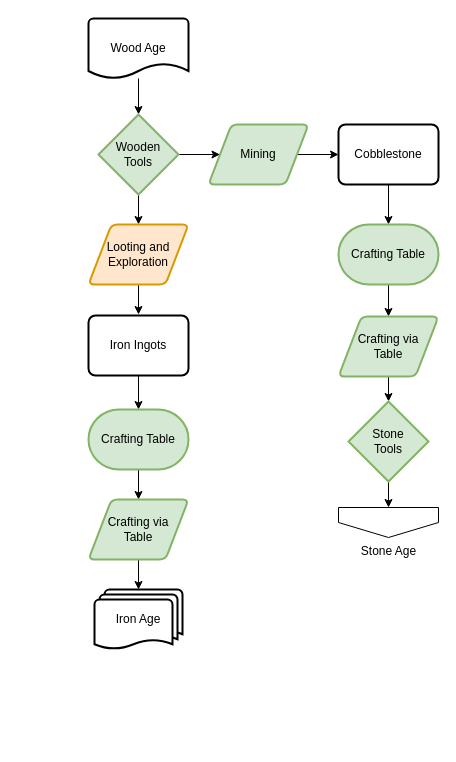
Before: page "Wood Age" (4 of 5) of flowcharts/progression.drawio in MeepishRealms/Cog, a draw.io diagram. Source tidied: cells renumbered, new cells numbered last; positions are measured from the earlier drawing's top-left corner, leaving out a move shared by most shapes. Both pictures are drawn from the tidied source at 100%, with x=0, y=0 at pixel (88, 18).
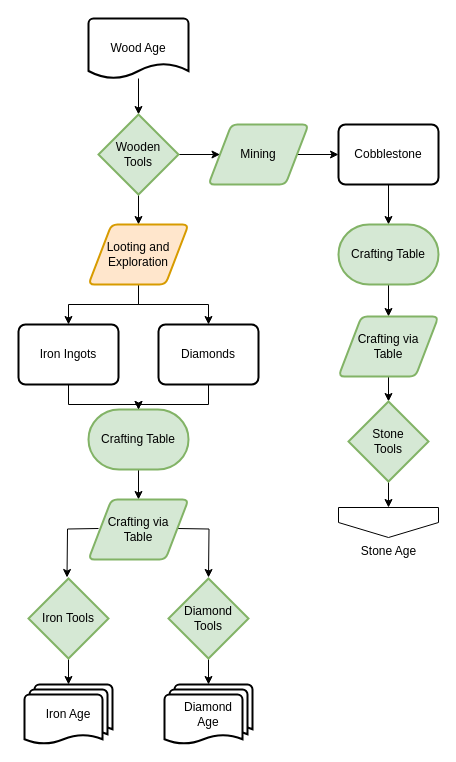
The same page after the edit.

Unchanged cells that the change refers to:
```xml
<mxCell id="19" value="Looting and&lt;br&gt;Exploration" style="shape=parallelogram;html=1;strokeWidth=2;perimeter=parallelogramPerimeter;whiteSpace=wrap;rounded=1;arcSize=12;size=0.23;fillColor=#ffe6cc;strokeColor=#d79b00;" parent="1" vertex="1">
  <mxGeometry y="206" width="100" height="60" as="geometry" />
</mxCell>
<mxCell id="23" value="Crafting Table" style="strokeWidth=2;html=1;shape=mxgraph.flowchart.terminator;whiteSpace=wrap;fillColor=#d5e8d4;strokeColor=#82b366;" parent="1" vertex="1">
  <mxGeometry y="391" width="100" height="60" as="geometry" />
</mxCell>
<mxCell id="25" value="Crafting via&lt;br&gt;Table" style="shape=parallelogram;html=1;strokeWidth=2;perimeter=parallelogramPerimeter;whiteSpace=wrap;rounded=1;arcSize=12;size=0.23;fillColor=#d5e8d4;strokeColor=#82b366;" parent="1" vertex="1">
  <mxGeometry y="481" width="100" height="60" as="geometry" />
</mxCell>
```

The edit, as a diff of the source:
```diff
@@
-    <mxCell id="18" style="edgeStyle=orthogonalEdgeStyle;rounded=0;jettySize=auto;html=1;exitX=0.5;exitY=1;exitDx=0;exitDy=0;" parent="1" edge="1" source="19">
-      <mxGeometry relative="1" as="geometry">
-        <mxPoint x="50" y="296" as="targetPoint" />
-      </mxGeometry>
-    </mxCell>
+    <mxCell id="27" style="edgeStyle=orthogonalEdgeStyle;rounded=0;jettySize=auto;html=1;exitX=0.5;exitY=1;exitDx=0;exitDy=0;entryX=0.5;entryY=0;entryDx=0;entryDy=0;" parent="1" edge="1" source="19" target="21">
+      <mxGeometry relative="1" as="geometry" />
+    </mxCell>
+    <mxCell id="28" style="edgeStyle=orthogonalEdgeStyle;rounded=0;jettySize=auto;html=1;exitX=0.5;exitY=1;exitDx=0;exitDy=0;entryX=0.5;entryY=0;entryDx=0;entryDy=0;" parent="1" edge="1" source="19" target="32">
+      <mxGeometry relative="1" as="geometry" />
+    </mxCell>
@@
     <mxCell id="21" value="Iron Ingots" style="rounded=1;whiteSpace=wrap;html=1;absoluteArcSize=1;arcSize=14;strokeWidth=2;" parent="1" vertex="1">
-      <mxGeometry y="297" width="100" height="60" as="geometry" />
+      <mxGeometry x="-70" y="306" width="100" height="60" as="geometry" />
     </mxCell>
@@
-    <mxCell id="24" style="edgeStyle=orthogonalEdgeStyle;rounded=0;jettySize=auto;html=1;" parent="1" edge="1" source="25" target="26">
-      <mxGeometry relative="1" as="geometry" />
-    </mxCell>
+    <mxCell id="29" style="edgeStyle=orthogonalEdgeStyle;rounded=0;orthogonalLoop=1;jettySize=auto;html=1;exitX=1;exitY=0.5;exitDx=0;exitDy=0;entryX=0.5;entryY=0;entryDx=0;entryDy=0;entryPerimeter=0;" parent="1" edge="1">
+      <mxGeometry relative="1" as="geometry">
+        <mxPoint x="88.5" y="510" as="sourcePoint" />
+        <mxPoint x="120" y="559" as="targetPoint" />
+      </mxGeometry>
+    </mxCell>
+    <mxCell id="30" style="edgeStyle=orthogonalEdgeStyle;rounded=0;orthogonalLoop=1;jettySize=auto;html=1;exitX=0;exitY=0.5;exitDx=0;exitDy=0;entryX=0.5;entryY=0;entryDx=0;entryDy=0;entryPerimeter=0;" parent="1" edge="1">
+      <mxGeometry relative="1" as="geometry">
+        <mxPoint x="10" y="510" as="sourcePoint" />
+        <mxPoint x="-21.5" y="559" as="targetPoint" />
+      </mxGeometry>
+    </mxCell>
@@
     <mxCell id="26" value="Iron Age" style="strokeWidth=2;html=1;shape=mxgraph.flowchart.multi-document;whiteSpace=wrap;" parent="1" vertex="1">
-      <mxGeometry x="6" y="571" width="88" height="60" as="geometry" />
+      <mxGeometry x="-64" y="666" width="88" height="60" as="geometry" />
     </mxCell>
+    <mxCell id="31" style="edgeStyle=orthogonalEdgeStyle;rounded=0;jettySize=auto;html=1;exitX=0.5;exitY=1;exitDx=0;exitDy=0;entryX=0.5;entryY=0;entryDx=0;entryDy=0;entryPerimeter=0;" parent="1" edge="1" source="32" target="23">
+      <mxGeometry relative="1" as="geometry" />
+    </mxCell>
+    <mxCell id="32" value="Diamonds" style="rounded=1;whiteSpace=wrap;html=1;absoluteArcSize=1;arcSize=14;strokeWidth=2;" parent="1" vertex="1">
+      <mxGeometry x="70" y="306" width="100" height="60" as="geometry" />
+    </mxCell>
+    <mxCell id="33" value="Diamond&lt;br&gt;Age" style="strokeWidth=2;html=1;shape=mxgraph.flowchart.multi-document;whiteSpace=wrap;" parent="1" vertex="1">
+      <mxGeometry x="76" y="666" width="88" height="60" as="geometry" />
+    </mxCell>
+    <mxCell id="34" style="edgeStyle=orthogonalEdgeStyle;rounded=0;jettySize=auto;html=1;" parent="1" edge="1" source="35" target="26">
+      <mxGeometry relative="1" as="geometry" />
+    </mxCell>
+    <mxCell id="35" value="Iron Tools" style="strokeWidth=2;html=1;shape=mxgraph.flowchart.decision;whiteSpace=wrap;fillColor=#d5e8d4;strokeColor=#82b366;" parent="1" vertex="1">
+      <mxGeometry x="-60" y="560" width="80" height="80" as="geometry" />
+    </mxCell>
+    <mxCell id="36" style="edgeStyle=orthogonalEdgeStyle;rounded=0;jettySize=auto;html=1;" parent="1" edge="1" source="37" target="33">
+      <mxGeometry relative="1" as="geometry" />
+    </mxCell>
+    <mxCell id="37" value="Diamond&lt;br&gt;Tools" style="strokeWidth=2;html=1;shape=mxgraph.flowchart.decision;whiteSpace=wrap;fillColor=#d5e8d4;strokeColor=#82b366;" parent="1" vertex="1">
+      <mxGeometry x="80" y="560" width="80" height="80" as="geometry" />
+    </mxCell>
```
